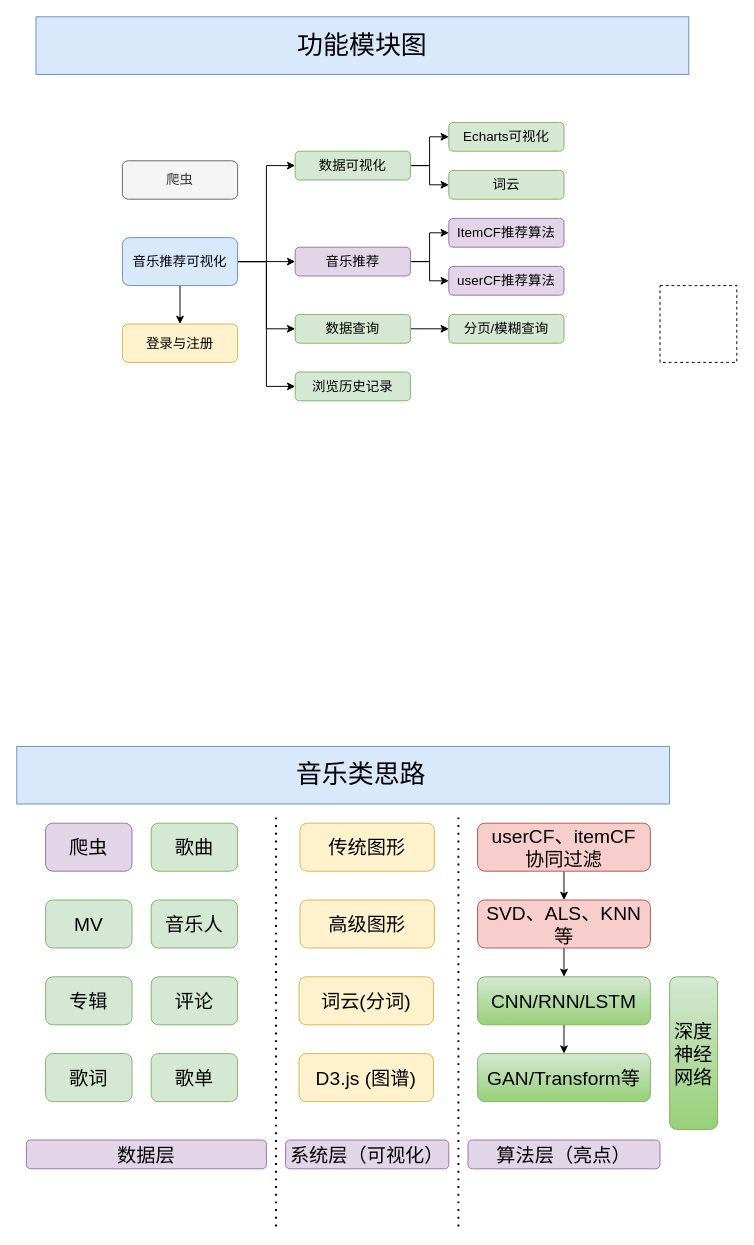
redcomet88/DRAW keeps this draw.io diagram as FLASK/27Music.drawio. Above is the earlier version. Source tidied: cells renumbered, new cells numbered last; positions are measured from the earlier drawing's top-left corner, leaving out a move shared by most shapes. Both pictures are drawn from the tidied source at 96%, with x=0, y=0 at pixel (16, 16).
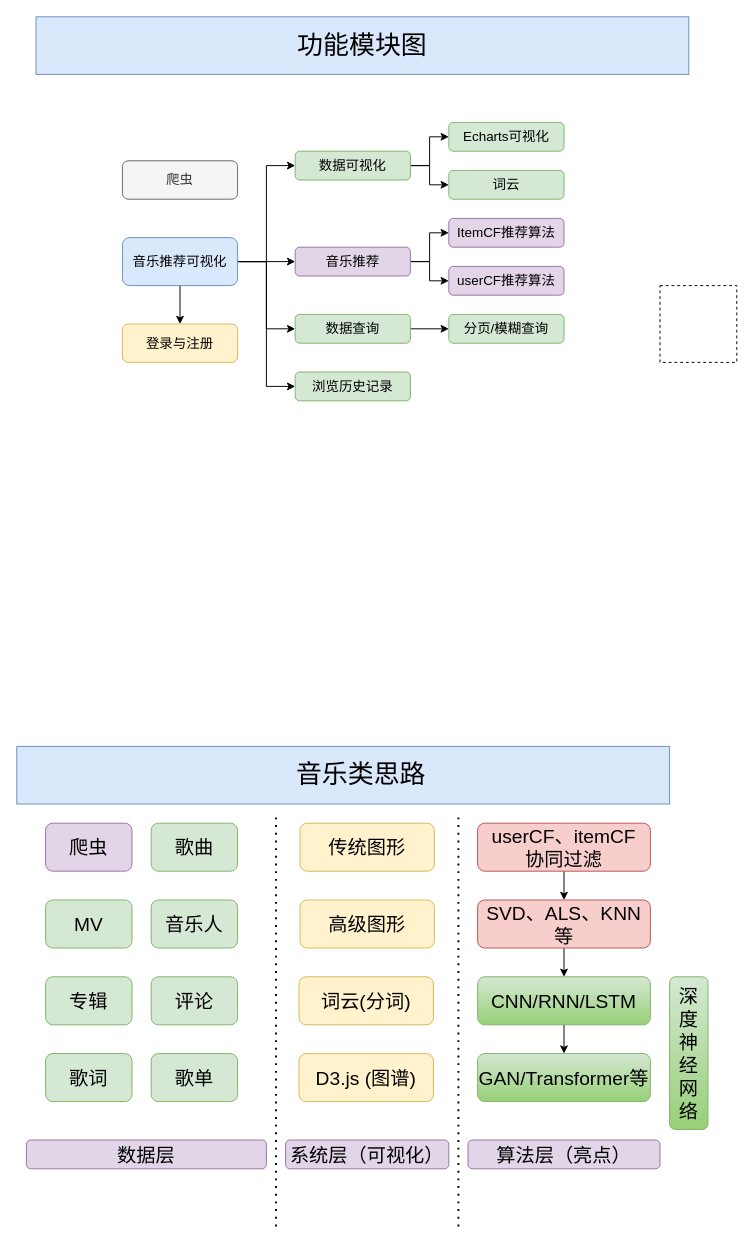
Above is the later version.

Diff of the diagram source:
```diff
@@
     <mxCell id="49" value="深度神经网络" style="rounded=1;whiteSpace=wrap;html=1;fontSize=20;fillColor=#d5e8d4;gradientColor=#97d077;strokeColor=#82b366;" parent="1" vertex="1">
-      <mxGeometry x="680" y="1000" width="50" height="159" as="geometry" />
+      <mxGeometry x="680" y="1000" width="40" height="159" as="geometry" />
     </mxCell>
-    <mxCell id="50" value="GAN/Transform等" style="rounded=1;whiteSpace=wrap;html=1;fontSize=20;fillColor=#d5e8d4;strokeColor=#82b366;gradientColor=#97d077;" parent="1" vertex="1">
+    <mxCell id="50" value="GAN/Transformer等" style="rounded=1;whiteSpace=wrap;html=1;fontSize=20;fillColor=#d5e8d4;strokeColor=#82b366;gradientColor=#97d077;" parent="1" vertex="1">
       <mxGeometry x="480" y="1080" width="180" height="50" as="geometry" />
     </mxCell>
```
